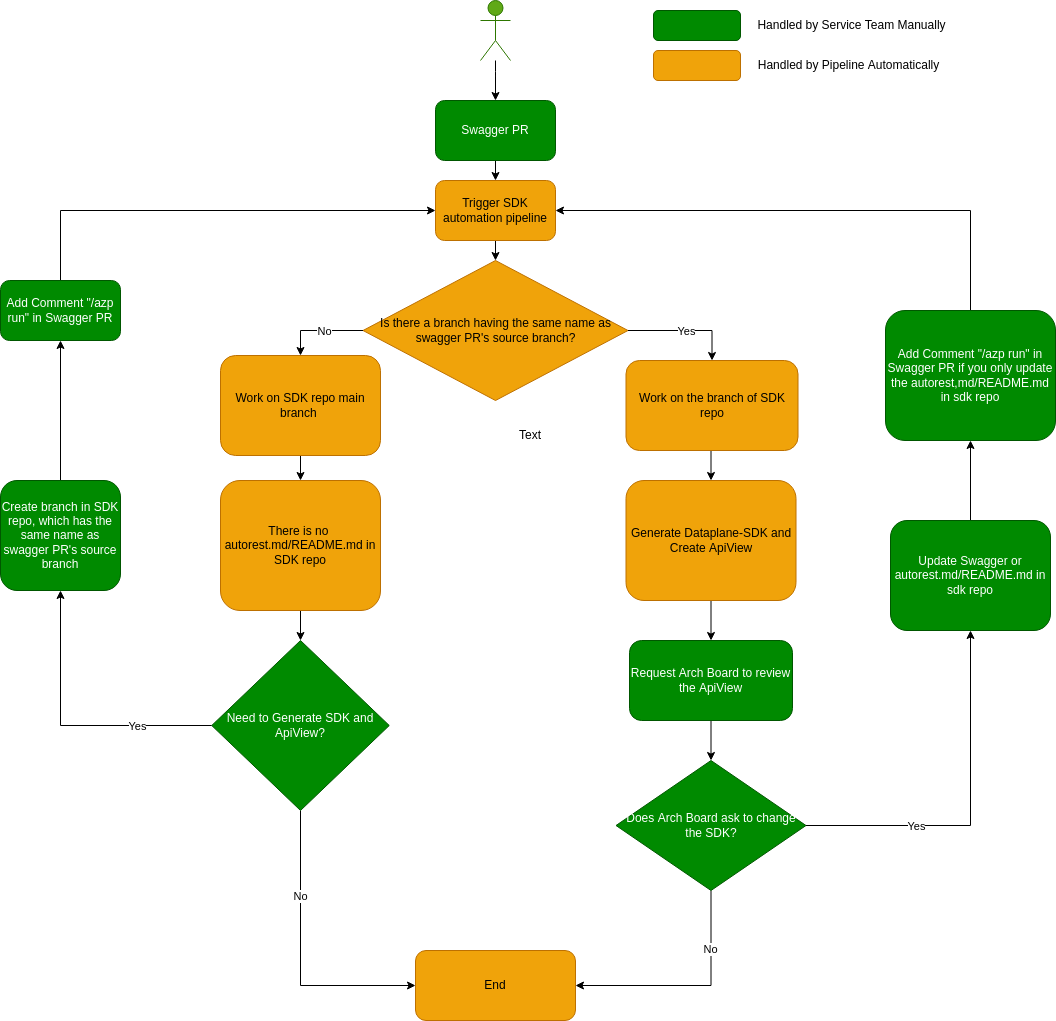
Azure/azure-rest-api-specs keeps this draw.io diagram as documentation/onboard-dpg-in-sdkautomation/workflow-new-sdk.drawio.png. Above is the earlier version. Source tidied: cells renumbered, new cells last; positions are measured from the earlier drawing's top-left corner, leaving out a move shared by most shapes.
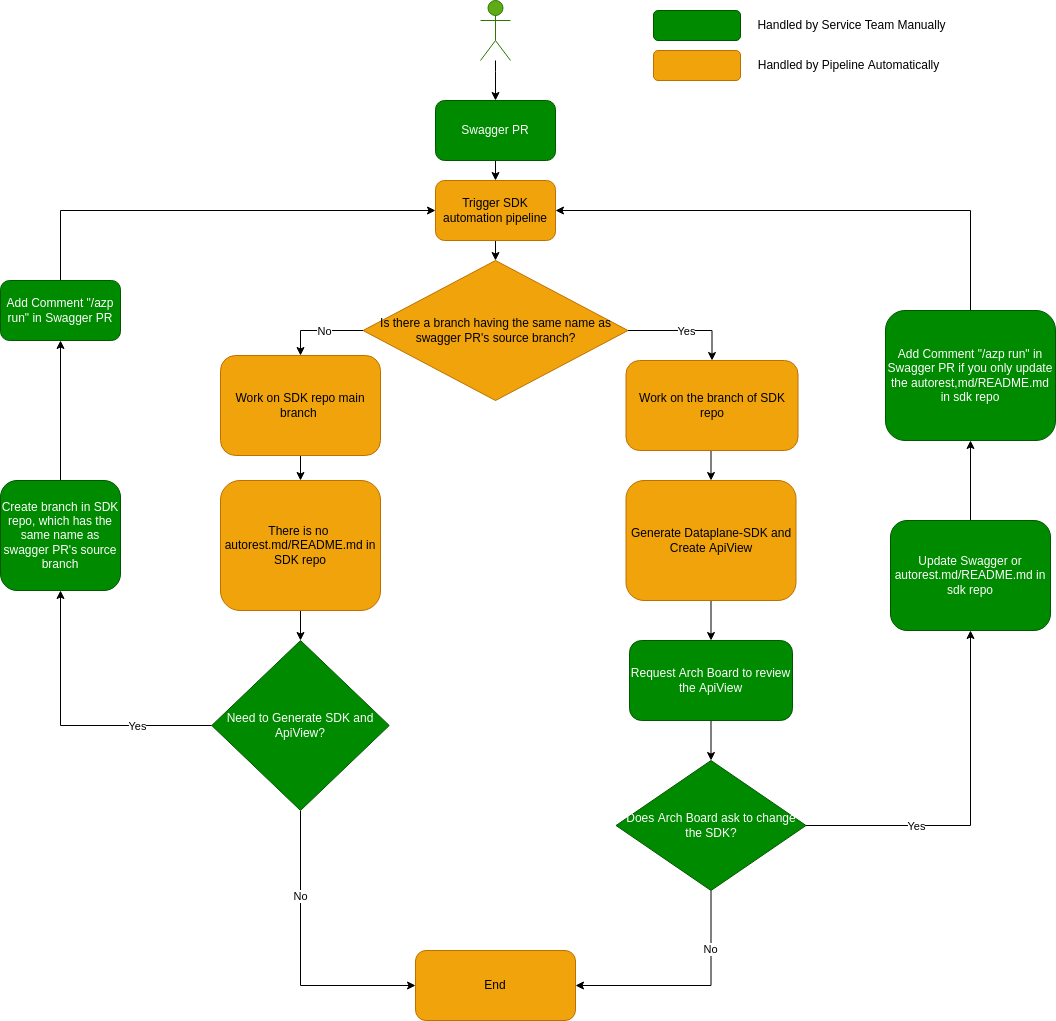
After the change.

Commit message:
dpg sdk automation doc

Change to the diagram source:
```diff
@@ -96,9 +96,6 @@
     <mxCell id="31" style="rounded=1;whiteSpace=wrap;html=1;fillColor=#008a00;fontColor=#ffffff;strokeColor=#005700;" parent="1" vertex="1">
       <mxGeometry x="653" y="10" width="87" height="30" as="geometry" />
     </mxCell>
-    <mxCell id="32" value="Text" style="text;html=1;strokeColor=none;fillColor=none;align=center;verticalAlign=middle;whiteSpace=wrap;rounded=0;" parent="1" vertex="1">
-      <mxGeometry x="500" y="420" width="60" height="30" as="geometry" />
-    </mxCell>
     <mxCell id="33" value="Handled by Service Team Manually" style="text;html=1;align=center;verticalAlign=middle;strokeColor=none;fillColor=none;" parent="1" vertex="1">
       <mxGeometry x="751" y="15" width="200" height="20" as="geometry" />
     </mxCell>
```
